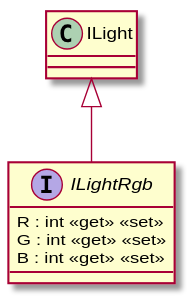
Earlier version of the PlantUML export UML/Light/ILightRgb.svg (leo-tasso/VolumeKsharp). The source it was exported from:
```plantuml
@startuml
interface ILightRgb {
    R : int <<get>> <<set>>
    G : int <<get>> <<set>>
    B : int <<get>> <<set>>
}
ILight <|-- ILightRgb
@enduml
```
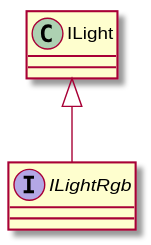
Above is the later version.

The edit, as a diff of the source:
```diff
@@ -1,8 +1,5 @@
 @startuml
 interface ILightRgb {
-    R : int <<get>> <<set>>
-    G : int <<get>> <<set>>
-    B : int <<get>> <<set>>
 }
 ILight <|-- ILightRgb
 @enduml
```
